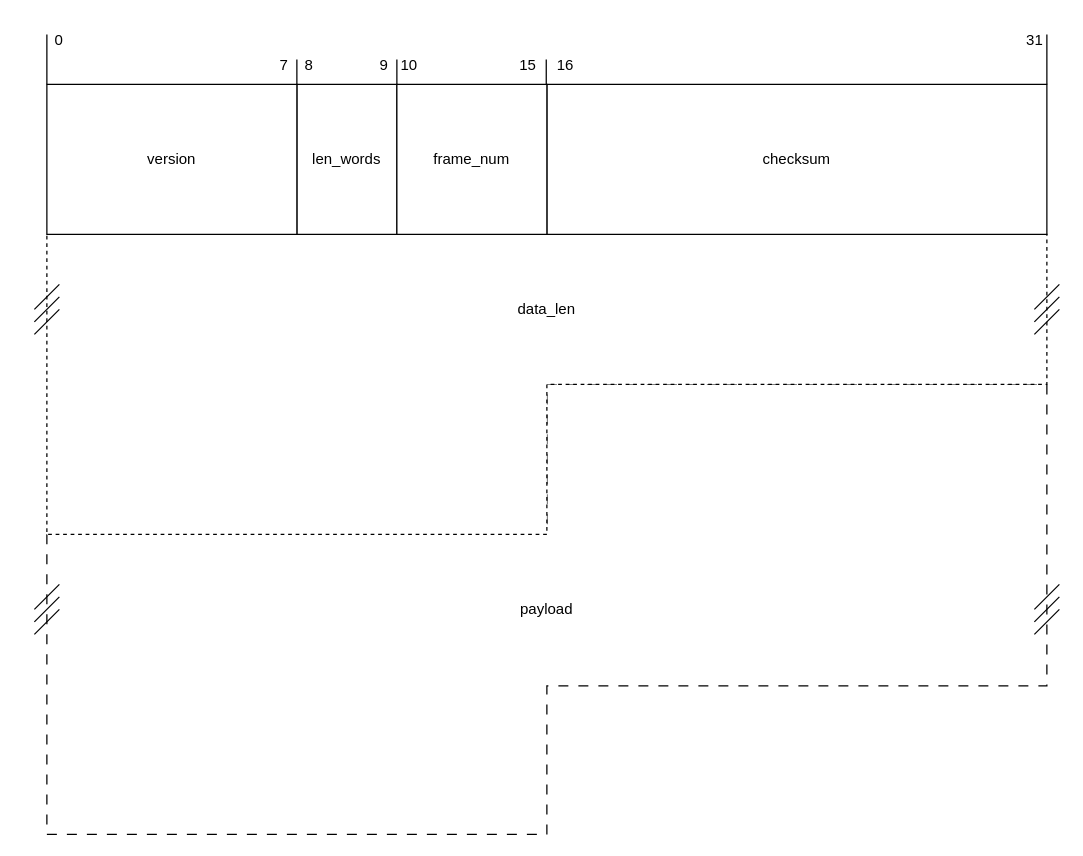
This is spec/assets/packet-diagram.drawio from threadexio/channels-rs, a draw.io file, before an edit. Source tidied: cells renumbered, new cells numbered last; positions are measured from the earlier drawing's top-left corner, leaving out a move shared by most shapes. Both pictures are drawn from the tidied source at 125%, with x=0, y=0 at pixel (21, 21).
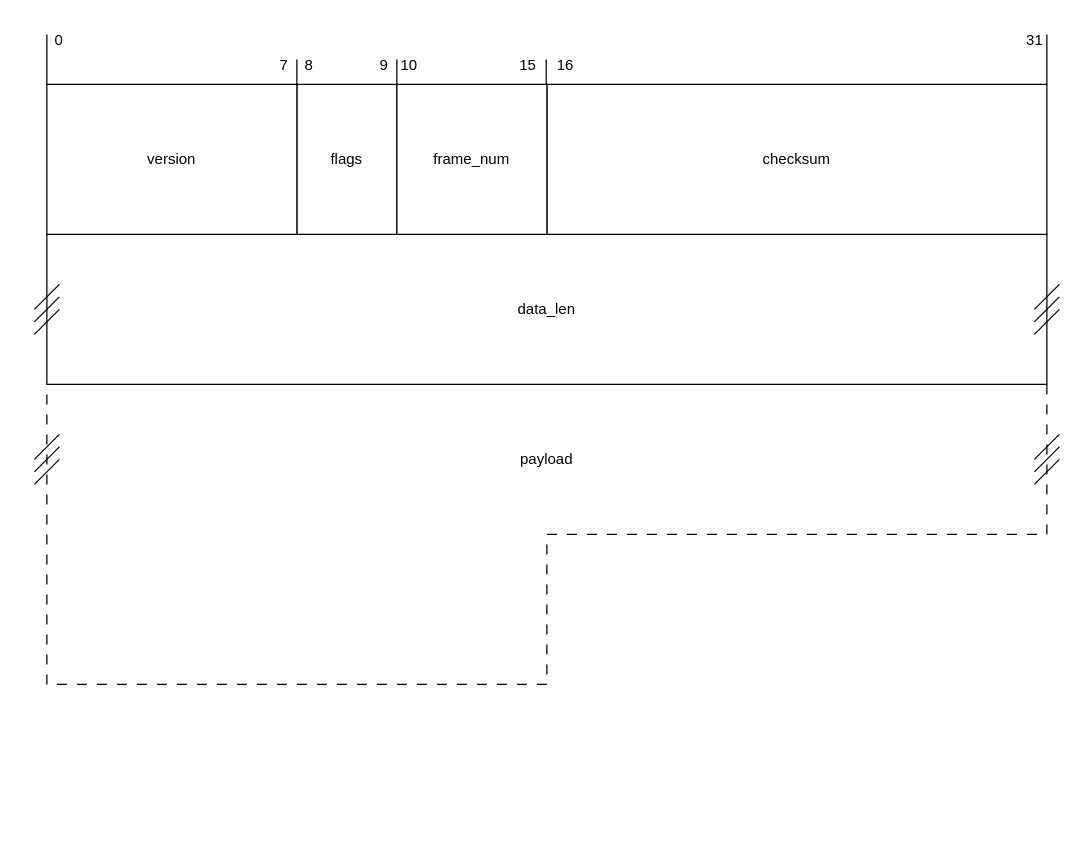
The same page after the edit.

The edit, as a diff of the source:
```diff
@@
-    <mxCell id="2" style="verticalLabelPosition=bottom;verticalAlign=top;html=1;shape=mxgraph.basic.polygon;polyCoords=[[0.5,0],[1,0],[1,0.67],[0.5,0.67],[0.5,1],[0,1],[0,0.33],[0.5,0.33]];polyline=0;dashed=1;dashPattern=8 8;" parent="1" vertex="1">
-      <mxGeometry x="20" y="290" width="800" height="360" as="geometry" />
-    </mxCell>
-    <mxCell id="3" style="verticalLabelPosition=bottom;verticalAlign=top;html=1;shape=mxgraph.basic.polygon;polyCoords=[[0,0],[1,0],[1,0.21],[1,0.5],[0.5,0.5],[0.5,1],[0,1],[0,0.5]];polyline=0;dashed=1;shadow=0;gradientColor=none;gradientDirection=radial;fillColor=default;" parent="1" vertex="1">
-      <mxGeometry x="20" y="170" width="800" height="240" as="geometry" />
-    </mxCell>
+    <mxCell id="39" style="verticalLabelPosition=bottom;verticalAlign=top;html=1;shape=mxgraph.basic.polygon;polyCoords=[[0,0],[1,0],[1,0.5],[0.5,0.5],[0.5,1],[0.25,1],[0,1],[0,0.5]];polyline=0;dashed=1;dashPattern=8 8;" parent="1" vertex="1">
+      <mxGeometry x="20" y="290" width="800" height="240" as="geometry" />
+    </mxCell>
+    <mxCell id="40" style="rounded=0;whiteSpace=wrap;html=1;" parent="1" vertex="1">
+      <mxGeometry x="20" y="170" width="800" height="120" as="geometry" />
+    </mxCell>
-    <mxCell id="4" value="len_words" style="rounded=0;whiteSpace=wrap;html=1;shadow=0;strokeColor=default;" parent="1" vertex="1">
+    <mxCell id="4" value="flags" style="rounded=0;whiteSpace=wrap;html=1;shadow=0;strokeColor=default;" parent="1" vertex="1">
       <mxGeometry x="220" y="50" width="80" height="120" as="geometry" />
     </mxCell>
@@
     <mxCell id="30" style="group;" parent="1" vertex="1">
-      <mxGeometry x="810" y="450" width="20" height="40" as="geometry" />
+      <mxGeometry x="810" y="330" width="20" height="40" as="geometry" />
     </mxCell>
@@
     <mxCell id="34" style="group;" parent="1" vertex="1">
-      <mxGeometry x="10" y="450" width="20" height="40" as="geometry" />
+      <mxGeometry x="10" y="330" width="20" height="40" as="geometry" />
     </mxCell>
@@
     <mxCell id="38" value="payload" style="text;html=1;align=center;verticalAlign=middle;whiteSpace=wrap;rounded=0;" parent="1" vertex="1">
-      <mxGeometry x="390" y="450" width="60" height="40" as="geometry" />
+      <mxGeometry x="390" y="335" width="60" height="30" as="geometry" />
     </mxCell>
```
